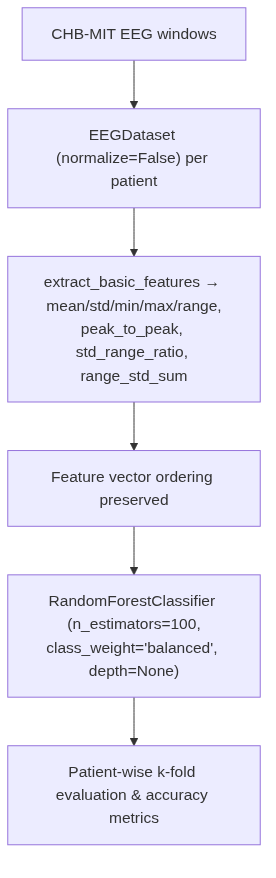
Earlier version of the Mermaid export out/mermaid/randomforest.png (RICSE-donnenfeld/DEEPL-brainshake). Its source is kept beside it as mermaid/randomforest.mmd.
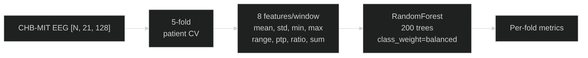
The same file after the commit.

What changed in the source:
```diff
@@ -1,13 +1,5 @@
-flowchart TB
-    data["CHB-MIT EEG windows"]
-    dataset["EEGDataset (normalize=False) per patient"]
-    extract["extract_basic_features → mean/std/min/max/range,\npeak_to_peak, std_range_ratio, range_std_sum"]
-    vector["Feature vector ordering preserved"]
-    classifier["RandomForestClassifier (n_estimators=100,\nclass_weight='balanced', depth=None)"]
-    evaluate["Patient-wise k-fold evaluation & accuracy metrics"]
-
-    data --> dataset
-    dataset --> extract
-    extract --> vector
-    vector --> classifier
-    classifier --> evaluate
+flowchart LR
+    data["CHB-MIT EEG [N, 21, 128]"] --> kfold["5-fold<br/>patient CV"]
+    kfold --> extract["8 features/window<br/>mean, std, min, max<br/>range, ptp, ratio, sum"]
+    extract --> classifier["RandomForest<br/>200 trees<br/>class_weight=balanced"]
+    classifier --> evaluate["Per-fold metrics"]
```
